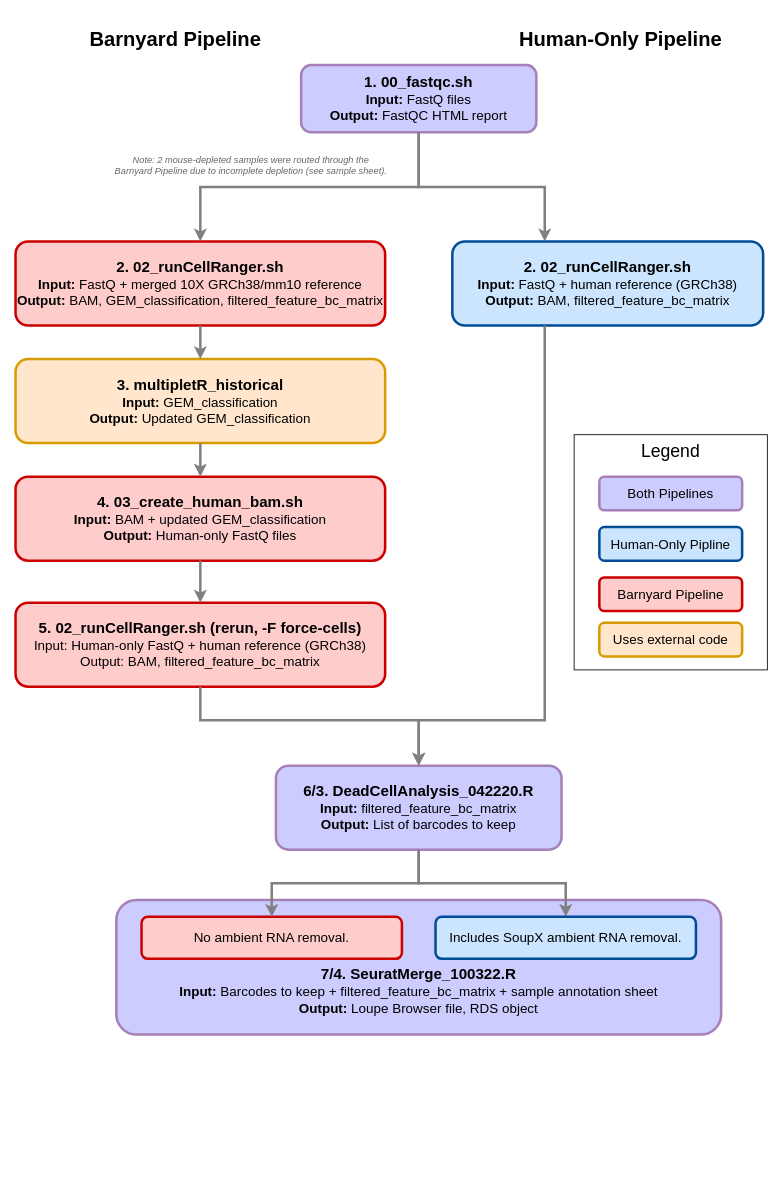
Before: scRNASeq/scRNASeq_pipeline_diagram.drawio in U4HELPP/dashtigibson_2026_pdx_multiomics, a draw.io diagram. Source tidied: cells renumbered, new cells numbered last; positions are measured from the earlier drawing's top-left corner, leaving out a move shared by most shapes. Both pictures are drawn from the tidied source at 84%, with x=0, y=0 at pixel (15, 14).
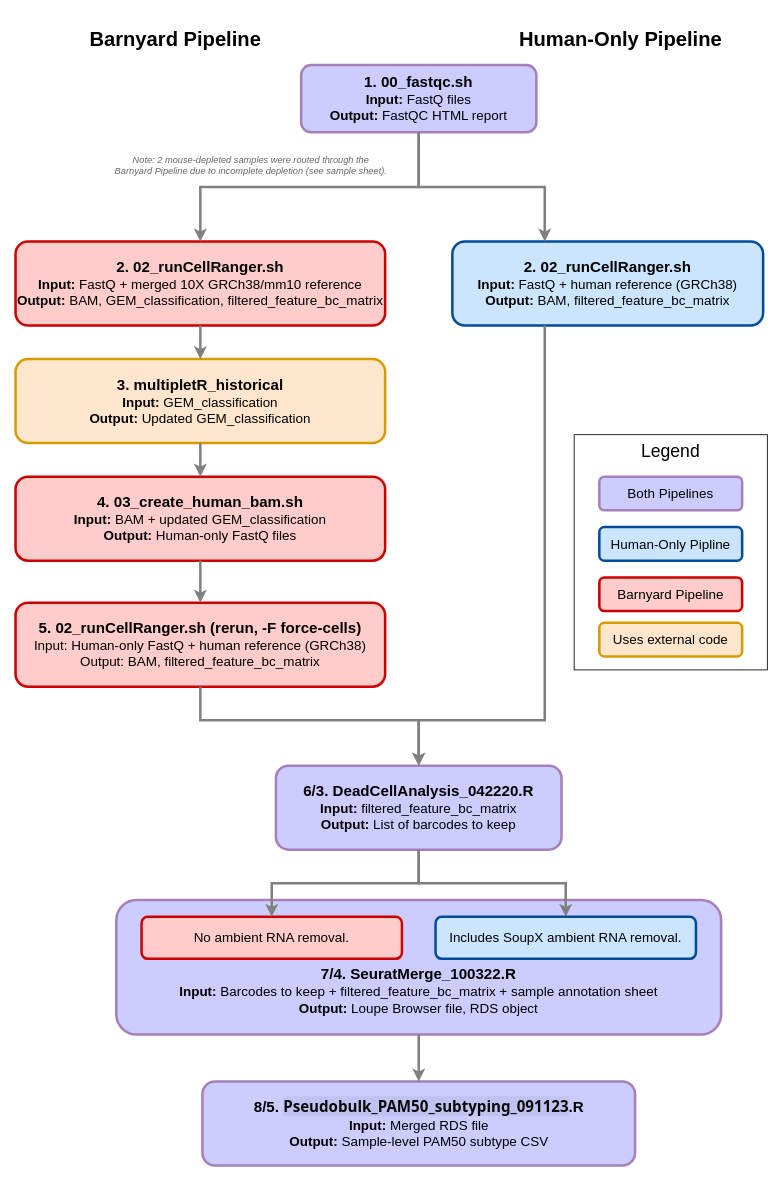
Above is the later version.

Commit message (it also covers changes not shown here):
added pseudobulk PAM50 code

Unchanged cells that the change refers to:
```xml
<mxCell id="2" value="&lt;b&gt;&lt;font style=&quot;font-size: 18px;&quot;&gt;7/4. SeuratMerge_100322.R&lt;/font&gt;&lt;br&gt;Input: &lt;/b&gt;Barcodes to keep + filtered_feature_bc_matrix + sample annotation sheet&lt;br&gt;&lt;b&gt;Output: &lt;/b&gt;Loupe Browser file, RDS object&lt;div&gt;&lt;br&gt;&lt;/div&gt;" style="rounded=1;whiteSpace=wrap;html=1;fillColor=#CCCCFF;strokeColor=#A680B8;fontSize=16;strokeWidth=3;align=center;verticalAlign=bottom;fontFamily=Helvetica;fontColor=default;gradientColor=none;" parent="1" vertex="1">
  <mxGeometry x="120" y="1054" width="720" height="160" as="geometry" />
</mxCell>
```

Change to the diagram source:
```diff
@@
+    <mxCell id="30" value="&lt;font style=&quot;&quot;&gt;&lt;b style=&quot;font-size: 18px;&quot;&gt;8/5.&lt;/b&gt;&lt;font style=&quot;font-size: 18px;&quot;&gt;&lt;b style=&quot;&quot;&gt;&amp;nbsp;&lt;/b&gt;&lt;span style=&quot;color: rgb(11, 11, 11); font-family: anthropic-sans, system-ui, &amp;quot;Segoe UI&amp;quot;, Roboto, Helvetica, Arial, &amp;quot;PingFang SC&amp;quot;, &amp;quot;PingFang TC&amp;quot;, &amp;quot;Hiragino Sans&amp;quot;, &amp;quot;Apple SD Gothic Neo&amp;quot;, &amp;quot;Kohinoor Devanagari&amp;quot;, &amp;quot;Kohinoor Bangla&amp;quot;, &amp;quot;Kohinoor Telugu&amp;quot;, &amp;quot;Tamil Sangam MN&amp;quot;, &amp;quot;Kohinoor Gujarati&amp;quot;, &amp;quot;Malayalam Sangam MN&amp;quot;, &amp;quot;Nirmala UI&amp;quot;, &amp;quot;Noto Sans Devanagari UI&amp;quot;, &amp;quot;Noto Sans Devanagari&amp;quot;, &amp;quot;Noto Sans Bengali UI&amp;quot;, &amp;quot;Noto Sans Bengali&amp;quot;, &amp;quot;Noto Sans Telugu UI&amp;quot;, &amp;quot;Noto Sans Telugu&amp;quot;, &amp;quot;Noto Sans Tamil UI&amp;quot;, &amp;quot;Noto Sans Tamil&amp;quot;, &amp;quot;Noto Sans Gujarati UI&amp;quot;, &amp;quot;Noto Sans Gujarati&amp;quot;, &amp;quot;Noto Sans Kannada UI&amp;quot;, &amp;quot;Noto Sans Kannada&amp;quot;, &amp;quot;Noto Sans Malayalam UI&amp;quot;, &amp;quot;Noto Sans Malayalam&amp;quot;, Thonburi, &amp;quot;Leelawadee UI&amp;quot;, &amp;quot;Noto Sans Thai UI&amp;quot;, &amp;quot;Noto Sans Thai&amp;quot;, Kefa, Ebrima, &amp;quot;Noto Sans Ethiopic&amp;quot;, &amp;quot;Abyssinica SIL&amp;quot;, sans-serif, ui-sans-serif, system-ui, -apple-system, &amp;quot;Segoe UI&amp;quot;, Roboto, &amp;quot;PingFang SC&amp;quot;, &amp;quot;PingFang TC&amp;quot;, &amp;quot;Hiragino Sans&amp;quot;, &amp;quot;Apple SD Gothic Neo&amp;quot;, sans-serif; text-align: start; white-space: pre-wrap; background-color: color(srgb 0.0431373 0.0431373 0.0431373 / 0.05);&quot;&gt;&lt;font style=&quot;&quot;&gt;&lt;b&gt;Pseudobulk_PAM50_subtyping_091123&lt;/b&gt;&lt;/font&gt;&lt;/span&gt;&lt;b style=&quot;&quot;&gt;.&lt;/b&gt;&lt;/font&gt;&lt;b style=&quot;font-size: 18px;&quot;&gt;R&lt;/b&gt;&lt;/font&gt;&lt;br&gt;&lt;b&gt;Input: &lt;/b&gt;Merged RDS file&lt;br&gt;&lt;b&gt;Output: &lt;/b&gt;Sample-level PAM50 subtype CSV" style="rounded=1;whiteSpace=wrap;html=1;fillColor=#CCCCFF;strokeColor=#A680B8;fontSize=16;strokeWidth=3;align=center;verticalAlign=middle;fontFamily=Helvetica;fontColor=default;gradientColor=none;" parent="1" vertex="1">
+      <mxGeometry x="222.5" y="1270" width="515" height="100" as="geometry" />
+    </mxCell>
+    <mxCell id="31" style="edgeStyle=orthogonalEdgeStyle;rounded=0;html=1;entryX=0.5;entryY=0;entryDx=0;entryDy=0;strokeWidth=3;strokeColor=#808080;exitX=0.5;exitY=1;exitDx=0;exitDy=0;" parent="1" edge="1" source="2" target="30">
+      <mxGeometry relative="1" as="geometry" />
+    </mxCell>
```
